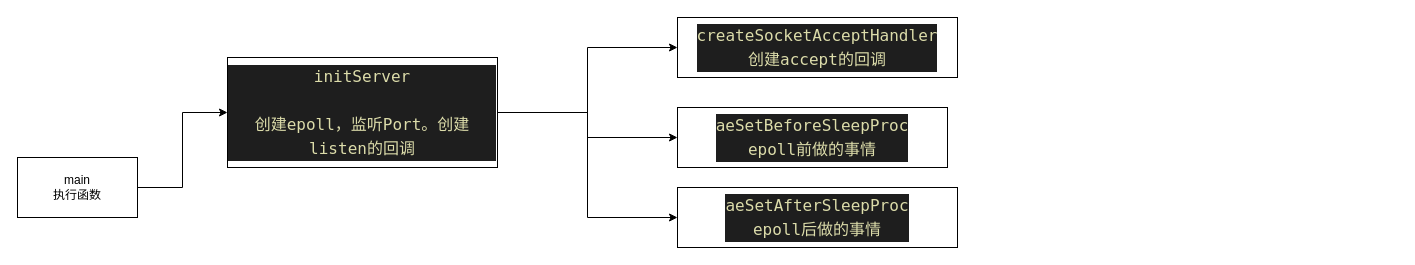
The draw.io diagram redis.drawio in beijingqiuchang/drawio, before the edit. Source tidied: cells renumbered, new cells numbered last; positions are measured from the earlier drawing's top-left corner, leaving out a move shared by most shapes. Both pictures are drawn from the tidied source at 100%, with x=0, y=0 at pixel (17, 17).
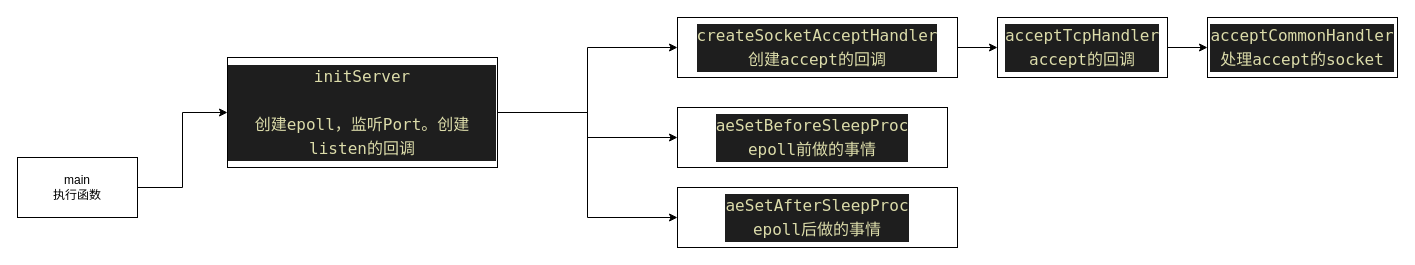
After the change.

The edit, as a diff of the source:
```diff
@@
 <mxGraphModel>
   <root>
     <mxCell id="0" />
     <mxCell id="1" parent="0" />
     <mxCell id="2" style="edgeStyle=orthogonalEdgeStyle;rounded=0;jettySize=auto;html=1;exitX=1;exitY=0.5;exitDx=0;exitDy=0;entryX=0;entryY=0.5;entryDx=0;entryDy=0;" parent="1" edge="1" source="3" target="7">
       <mxGeometry relative="1" as="geometry" />
     </mxCell>
     <mxCell id="3" value="main&lt;br&gt;执行函数" style="rounded=0;whiteSpace=wrap;html=1;" parent="1" vertex="1">
       <mxGeometry y="140" width="120" height="60" as="geometry" />
     </mxCell>
     <mxCell id="4" style="edgeStyle=orthogonalEdgeStyle;rounded=0;jettySize=auto;html=1;exitX=1;exitY=0.5;exitDx=0;exitDy=0;" parent="1" edge="1" source="7" target="8">
       <mxGeometry relative="1" as="geometry" />
     </mxCell>
     <mxCell id="5" style="edgeStyle=orthogonalEdgeStyle;rounded=0;jettySize=auto;html=1;exitX=1;exitY=0.5;exitDx=0;exitDy=0;entryX=0;entryY=0.5;entryDx=0;entryDy=0;" parent="1" edge="1" source="7" target="9">
       <mxGeometry relative="1" as="geometry" />
     </mxCell>
     <mxCell id="6" style="edgeStyle=orthogonalEdgeStyle;rounded=0;jettySize=auto;html=1;exitX=1;exitY=0.5;exitDx=0;exitDy=0;entryX=0;entryY=0.5;entryDx=0;entryDy=0;" parent="1" edge="1" source="7" target="10">
       <mxGeometry relative="1" as="geometry" />
     </mxCell>
     <mxCell id="7" value="&lt;div style=&quot;color: rgb(212 , 212 , 212) ; background-color: rgb(30 , 30 , 30) ; font-family: &amp;#34;menlo&amp;#34; , &amp;#34;monaco&amp;#34; , &amp;#34;courier new&amp;#34; , monospace ; font-size: 16px ; line-height: 24px&quot;&gt;&lt;span style=&quot;color: #dcdcaa&quot;&gt;initServer&lt;/span&gt;&lt;/div&gt;&lt;div style=&quot;color: rgb(212 , 212 , 212) ; background-color: rgb(30 , 30 , 30) ; font-family: &amp;#34;menlo&amp;#34; , &amp;#34;monaco&amp;#34; , &amp;#34;courier new&amp;#34; , monospace ; font-size: 16px ; line-height: 24px&quot;&gt;&lt;span style=&quot;color: #dcdcaa&quot;&gt;&lt;br&gt;&lt;/span&gt;&lt;/div&gt;&lt;div style=&quot;color: rgb(212 , 212 , 212) ; background-color: rgb(30 , 30 , 30) ; font-family: &amp;#34;menlo&amp;#34; , &amp;#34;monaco&amp;#34; , &amp;#34;courier new&amp;#34; , monospace ; font-size: 16px ; line-height: 24px&quot;&gt;&lt;span style=&quot;color: #dcdcaa&quot;&gt;创建epoll，监听Port。创建listen的回调&lt;/span&gt;&lt;/div&gt;" style="rounded=0;whiteSpace=wrap;html=1;" parent="1" vertex="1">
       <mxGeometry x="210" y="40" width="270" height="110" as="geometry" />
     </mxCell>
+    <mxCell id="11" style="edgeStyle=orthogonalEdgeStyle;rounded=0;jettySize=auto;html=1;exitX=1;exitY=0.5;exitDx=0;exitDy=0;entryX=0;entryY=0.5;entryDx=0;entryDy=0;" parent="1" edge="1" source="8" target="13">
+      <mxGeometry relative="1" as="geometry" />
+    </mxCell>
     <mxCell id="8" value="&lt;div style=&quot;color: rgb(212 , 212 , 212) ; background-color: rgb(30 , 30 , 30) ; font-family: &amp;#34;menlo&amp;#34; , &amp;#34;monaco&amp;#34; , &amp;#34;courier new&amp;#34; , monospace ; font-size: 16px ; line-height: 24px&quot;&gt;&lt;span style=&quot;color: #dcdcaa&quot;&gt;createSocketAcceptHandler&lt;/span&gt;&lt;/div&gt;&lt;div style=&quot;color: rgb(212 , 212 , 212) ; background-color: rgb(30 , 30 , 30) ; font-family: &amp;#34;menlo&amp;#34; , &amp;#34;monaco&amp;#34; , &amp;#34;courier new&amp;#34; , monospace ; font-size: 16px ; line-height: 24px&quot;&gt;&lt;span style=&quot;color: #dcdcaa&quot;&gt;创建accept的回调&lt;/span&gt;&lt;/div&gt;" style="rounded=0;whiteSpace=wrap;html=1;" parent="1" vertex="1">
       <mxGeometry x="660" width="280" height="60" as="geometry" />
     </mxCell>
     <mxCell id="9" value="&lt;div style=&quot;color: rgb(212 , 212 , 212) ; background-color: rgb(30 , 30 , 30) ; font-family: &amp;#34;menlo&amp;#34; , &amp;#34;monaco&amp;#34; , &amp;#34;courier new&amp;#34; , monospace ; font-size: 16px ; line-height: 24px&quot;&gt;&lt;span style=&quot;color: #dcdcaa&quot;&gt;aeSetBeforeSleepProc&lt;/span&gt;&lt;/div&gt;&lt;div style=&quot;color: rgb(212 , 212 , 212) ; background-color: rgb(30 , 30 , 30) ; font-family: &amp;#34;menlo&amp;#34; , &amp;#34;monaco&amp;#34; , &amp;#34;courier new&amp;#34; , monospace ; font-size: 16px ; line-height: 24px&quot;&gt;&lt;span style=&quot;color: #dcdcaa&quot;&gt;epoll前做的事情&lt;/span&gt;&lt;/div&gt;" style="rounded=0;whiteSpace=wrap;html=1;" parent="1" vertex="1">
       <mxGeometry x="660" y="90" width="270" height="60" as="geometry" />
     </mxCell>
     <mxCell id="10" value="&lt;div style=&quot;color: rgb(212 , 212 , 212) ; background-color: rgb(30 , 30 , 30) ; font-family: &amp;#34;menlo&amp;#34; , &amp;#34;monaco&amp;#34; , &amp;#34;courier new&amp;#34; , monospace ; font-size: 16px ; line-height: 24px&quot;&gt;&lt;span style=&quot;color: #dcdcaa&quot;&gt;aeSetAfterSleepProc&lt;/span&gt;&lt;/div&gt;&lt;div style=&quot;color: rgb(212 , 212 , 212) ; background-color: rgb(30 , 30 , 30) ; font-family: &amp;#34;menlo&amp;#34; , &amp;#34;monaco&amp;#34; , &amp;#34;courier new&amp;#34; , monospace ; font-size: 16px ; line-height: 24px&quot;&gt;&lt;span style=&quot;color: #dcdcaa&quot;&gt;epoll后做的事情&lt;/span&gt;&lt;/div&gt;" style="rounded=0;whiteSpace=wrap;html=1;" parent="1" vertex="1">
       <mxGeometry x="660" y="170" width="280" height="60" as="geometry" />
     </mxCell>
+    <mxCell id="12" style="edgeStyle=orthogonalEdgeStyle;rounded=0;jettySize=auto;html=1;exitX=1;exitY=0.5;exitDx=0;exitDy=0;entryX=0;entryY=0.5;entryDx=0;entryDy=0;" parent="1" edge="1" source="13" target="14">
+      <mxGeometry relative="1" as="geometry" />
+    </mxCell>
+    <mxCell id="13" value="&lt;div style=&quot;color: rgb(212 , 212 , 212) ; background-color: rgb(30 , 30 , 30) ; font-family: &amp;#34;menlo&amp;#34; , &amp;#34;monaco&amp;#34; , &amp;#34;courier new&amp;#34; , monospace ; font-size: 16px ; line-height: 24px&quot;&gt;&lt;span style=&quot;color: #dcdcaa&quot;&gt;acceptTcpHandler&lt;/span&gt;&lt;/div&gt;&lt;div style=&quot;color: rgb(212 , 212 , 212) ; background-color: rgb(30 , 30 , 30) ; font-family: &amp;#34;menlo&amp;#34; , &amp;#34;monaco&amp;#34; , &amp;#34;courier new&amp;#34; , monospace ; font-size: 16px ; line-height: 24px&quot;&gt;&lt;span style=&quot;color: #dcdcaa&quot;&gt;accept的回调&lt;/span&gt;&lt;/div&gt;" style="rounded=0;whiteSpace=wrap;html=1;" parent="1" vertex="1">
+      <mxGeometry x="980" width="170" height="60" as="geometry" />
+    </mxCell>
+    <mxCell id="14" value="&lt;div style=&quot;color: rgb(212 , 212 , 212) ; background-color: rgb(30 , 30 , 30) ; font-family: &amp;#34;menlo&amp;#34; , &amp;#34;monaco&amp;#34; , &amp;#34;courier new&amp;#34; , monospace ; font-size: 16px ; line-height: 24px&quot;&gt;&lt;span style=&quot;color: rgb(220 , 220 , 170) ; font-family: &amp;#34;menlo&amp;#34; , &amp;#34;monaco&amp;#34; , &amp;#34;courier new&amp;#34; , monospace&quot;&gt;acceptCommonHandler&lt;/span&gt;&lt;/div&gt;&lt;div style=&quot;color: rgb(212 , 212 , 212) ; background-color: rgb(30 , 30 , 30) ; font-family: &amp;#34;menlo&amp;#34; , &amp;#34;monaco&amp;#34; , &amp;#34;courier new&amp;#34; , monospace ; font-size: 16px ; line-height: 24px&quot;&gt;&lt;span style=&quot;color: rgb(220 , 220 , 170) ; font-family: &amp;#34;menlo&amp;#34; , &amp;#34;monaco&amp;#34; , &amp;#34;courier new&amp;#34; , monospace&quot;&gt;处理accept的socket&lt;/span&gt;&lt;/div&gt;" style="rounded=0;whiteSpace=wrap;html=1;" parent="1" vertex="1">
+      <mxGeometry x="1190" width="190" height="60" as="geometry" />
+    </mxCell>
   </root>
 </mxGraphModel>
```
